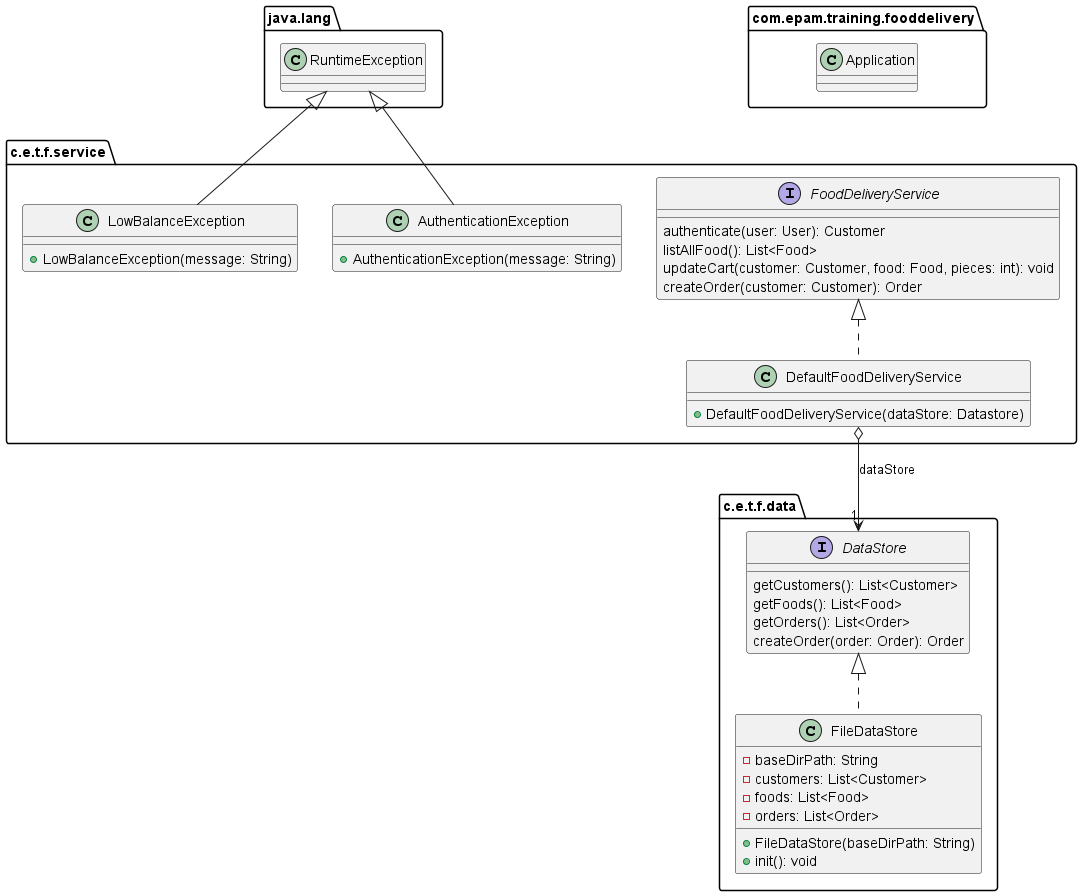
epam-mep-java/exercise-specification-images keeps this PlantUML diagram as object-oriented-principles-food-delivery/order-service.png. Above is the earlier version. The source it was exported from:
```plantuml
@startuml

package "c.e.t.f.data" {
interface DataStore {
    getCustomers(): List<Customer>
    getFoods(): List<Food>
    getOrders(): List<Order>
    createOrder(order: Order): Order
}
class FileDataStore {
- baseDirPath: String
- customers: List<Customer>
- foods: List<Food>
- orders: List<Order>
+ FileDataStore(baseDirPath: String)
+ init(): void
}
DataStore <|.. FileDataStore
DataStore "1" <-u-o c.e.t.f.service.DefaultFoodDeliveryService : "dataStore"
}

package "c.e.t.f.service" {
interface FoodDeliveryService {
    authenticate(user: User): Customer
    listAllFood(): List<Food>
    updateCart(customer: Customer, food: Food, pieces: int): void
    createOrder(customer: Customer): Order
}
class DefaultFoodDeliveryService {
+ DefaultFoodDeliveryService(dataStore: Datastore)
}
class LowBalanceException {
+ LowBalanceException(message: String)
}
class AuthenticationException {
+ AuthenticationException(message: String)
}
FoodDeliveryService <|.. DefaultFoodDeliveryService
java.lang.RuntimeException <|-- LowBalanceException
java.lang.RuntimeException <|-- AuthenticationException
}

together {
interface DataStore
class c.e.t.f.service.DefaultFoodDeliveryService
}

package "java.lang" {
class RuntimeException
}

package "com.epam.training.fooddelivery" {
class Application {
}
}
@enduml
```
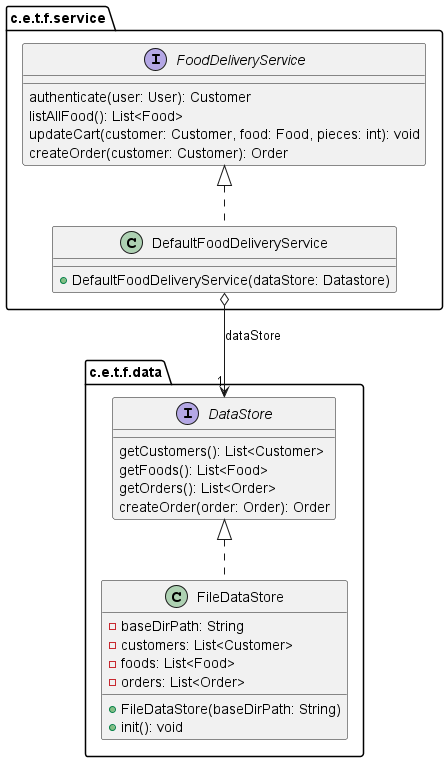
The same diagram one commit later.

Commit message:
Corrected Object Oriented Principles -  Food Delivery

Change to the diagram source:
```diff
@@ -1,4 +1,19 @@
 @startuml
+set separator none
+
+package "c.e.t.f.service" {
+interface FoodDeliveryService {
+    authenticate(user: User): Customer
+    listAllFood(): List<Food>
+    updateCart(customer: Customer, food: Food, pieces: int): void
+    createOrder(customer: Customer): Order
+}
+class DefaultFoodDeliveryService {
++ DefaultFoodDeliveryService(dataStore: Datastore)
+}
+
+FoodDeliveryService <|.. DefaultFoodDeliveryService
+}
 
 package "c.e.t.f.data" {
 interface DataStore {
@@ -16,41 +31,6 @@
 + init(): void
 }
 DataStore <|.. FileDataStore
-DataStore "1" <-u-o c.e.t.f.service.DefaultFoodDeliveryService : "dataStore"
-}
-
-package "c.e.t.f.service" {
-interface FoodDeliveryService {
-    authenticate(user: User): Customer
-    listAllFood(): List<Food>
-    updateCart(customer: Customer, food: Food, pieces: int): void
-    createOrder(customer: Customer): Order
-}
-class DefaultFoodDeliveryService {
-+ DefaultFoodDeliveryService(dataStore: Datastore)
-}
-class LowBalanceException {
-+ LowBalanceException(message: String)
-}
-class AuthenticationException {
-+ AuthenticationException(message: String)
-}
-FoodDeliveryService <|.. DefaultFoodDeliveryService
-java.lang.RuntimeException <|-- LowBalanceException
-java.lang.RuntimeException <|-- AuthenticationException
-}
-
-together {
-interface DataStore
-class c.e.t.f.service.DefaultFoodDeliveryService
-}
-
-package "java.lang" {
-class RuntimeException
-}
-
-package "com.epam.training.fooddelivery" {
-class Application {
-}
+DataStore "1" <-u-o DefaultFoodDeliveryService : "dataStore"
 }
 @enduml
```
